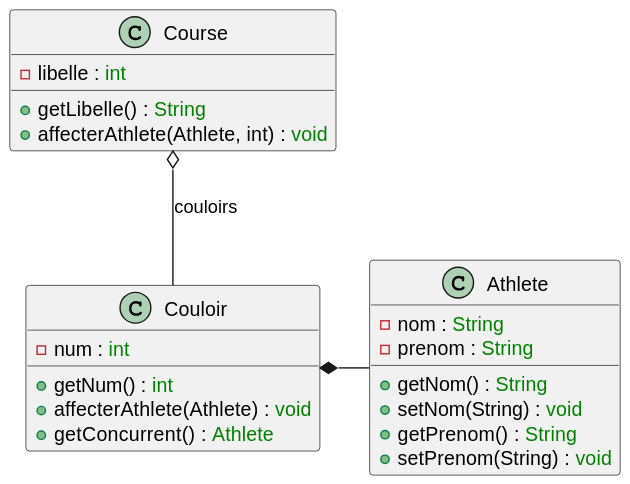
The PlantUML diagram out/docs/dce/dce.svg in manuvai/M2_MIAGE_IPM_POO_TP1, before a commit.
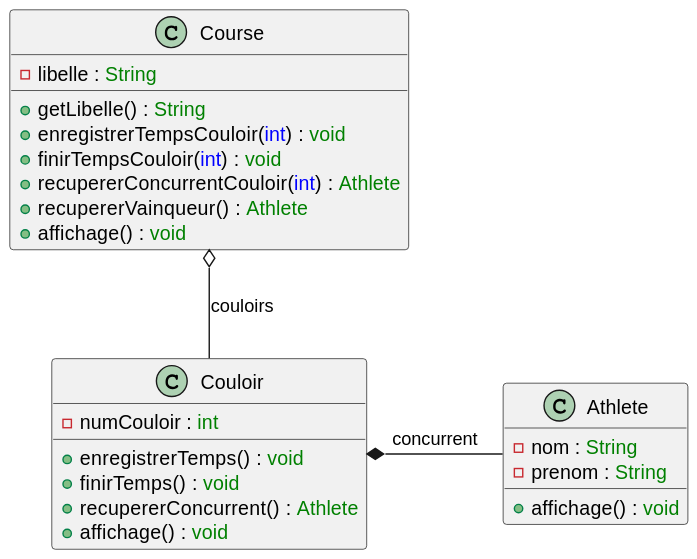
After the change.

The edit, as a diff of the source:
```diff
@@ -5,29 +5,29 @@
 class Athlete {
     -string(nom)
     -string(prenom)
-
-    +string("getNom()")
-    +void("setNom(String)")
-    +string("getPrenom()")
-    +void("setPrenom(String)")
+    +void("affichage()")
 }
 
 class Course {
-    -int(libelle)
+    -string(libelle)
 
     +string("getLibelle()")
-    +void("affecterAthlete(Athlete, int)")
+    +void("enregistrerTempsCouloir(int)")
+    +void("finirTempsCouloir(int)")
+    +member(Athlete, "recupererConcurrentCouloir(int)")
+    +member(Athlete, "recupererVainqueur()")
+    +void("affichage()")
 }
 
 class Couloir {
-    -int(num)
-
-    +int("getNum()")
-    +void("affecterAthlete(Athlete)")
-    +member(Athlete, "getConcurrent()")
+    -int(numCouloir)
+    +void("enregistrerTemps()")
+    +void("finirTemps()")
+    +member(Athlete, "recupererConcurrent()")
+    +void("affichage()")
 }
 
-Couloir *-right- Athlete
+Couloir *-right- Athlete : concurrent
 Course o-- Couloir : couloirs
 
 
```
